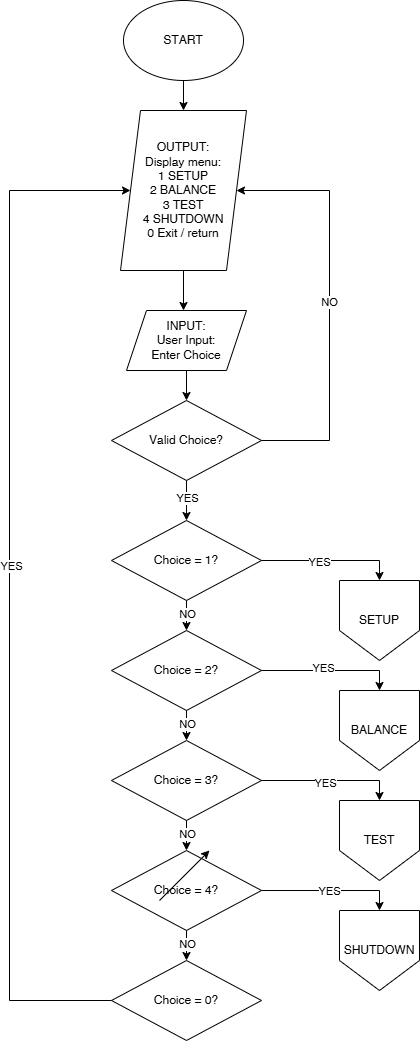
Sparkler21/PN3102_EML_CalibratorV2 keeps this draw.io diagram as EML_Calibrator.drawio.png. Above is the earlier version. Source tidied: cells renumbered, new cells last; positions are measured from the earlier drawing's top-left corner, leaving out a move shared by most shapes. The source it was exported from:
```xml
<mxGraphModel>
  <root>
    <mxCell id="0" />
    <mxCell id="1" parent="0" />
    <mxCell id="2" value="START" style="ellipse;whiteSpace=wrap;html=1;" parent="1" vertex="1">
      <mxGeometry x="114" width="120" height="80" as="geometry" />
    </mxCell>
    <mxCell id="3" value="OUTPUT:&lt;div&gt;Display menu:&lt;br&gt;1 SETUP&lt;br&gt;2 BALANCE&lt;br&gt;3 TEST&lt;br&gt;4 SHUTDOWN&lt;br&gt;0 Exit / return&lt;/div&gt;" style="shape=parallelogram;perimeter=parallelogramPerimeter;whiteSpace=wrap;html=1;fixedSize=1;" parent="1" vertex="1">
      <mxGeometry x="111" y="110" width="126" height="160" as="geometry" />
    </mxCell>
    <mxCell id="4" style="endArrow=classic;html=1;rounded=0;exitX=0.5;exitY=1;exitDx=0;exitDy=0;entryX=0.5;entryY=0;entryDx=0;entryDy=0;" parent="1" edge="1" source="2" target="3">
      <mxGeometry relative="1" as="geometry" />
    </mxCell>
    <mxCell id="5" style="endArrow=classic;html=1;rounded=0;exitX=0.5;exitY=1;exitDx=0;exitDy=0;" parent="1" edge="1" source="3">
      <mxGeometry relative="1" as="geometry">
        <mxPoint x="174" y="310" as="targetPoint" />
      </mxGeometry>
    </mxCell>
    <mxCell id="6" value="INPUT:&lt;div&gt;User Input:&lt;/div&gt;&lt;div&gt;Enter Choice&lt;/div&gt;" style="shape=parallelogram;perimeter=parallelogramPerimeter;whiteSpace=wrap;html=1;fixedSize=1;" parent="1" vertex="1">
      <mxGeometry x="117" y="310" width="120" height="60" as="geometry" />
    </mxCell>
    <mxCell id="7" value="Valid Choice?" style="rhombus;whiteSpace=wrap;html=1;" parent="1" vertex="1">
      <mxGeometry x="102" y="400" width="150" height="80" as="geometry" />
    </mxCell>
    <mxCell id="8" style="endArrow=classic;html=1;rounded=0;entryX=0.5;entryY=0;entryDx=0;entryDy=0;exitX=0.5;exitY=1;exitDx=0;exitDy=0;" parent="1" edge="1" source="6" target="7">
      <mxGeometry relative="1" as="geometry" />
    </mxCell>
    <mxCell id="9" value="NO" style="endArrow=classic;html=1;rounded=0;exitX=1;exitY=0.5;exitDx=0;exitDy=0;entryX=1;entryY=0.5;entryDx=0;entryDy=0;" parent="1" edge="1" source="7" target="3">
      <mxGeometry relative="1" as="geometry">
        <Array as="points">
          <mxPoint x="320" y="440" />
          <mxPoint x="320" y="190" />
        </Array>
      </mxGeometry>
    </mxCell>
    <mxCell id="10" style="endArrow=classic;html=1;rounded=0;exitX=0.5;exitY=1;exitDx=0;exitDy=0;entryX=0.5;entryY=0;entryDx=0;entryDy=0;" parent="1" edge="1" source="7" target="12">
      <mxGeometry relative="1" as="geometry" />
    </mxCell>
    <mxCell id="11" value="YES" style="edgeLabel;html=1;align=center;verticalAlign=middle;" parent="10" vertex="1">
      <mxGeometry x="-0.13" relative="1" as="geometry" />
    </mxCell>
    <mxCell id="12" value="Choice = 1?" style="rhombus;whiteSpace=wrap;html=1;" parent="1" vertex="1">
      <mxGeometry x="102" y="520" width="150" height="80" as="geometry" />
    </mxCell>
    <mxCell id="13" value="Choice = 2?" style="rhombus;whiteSpace=wrap;html=1;" parent="1" vertex="1">
      <mxGeometry x="102" y="630" width="150" height="80" as="geometry" />
    </mxCell>
    <mxCell id="14" value="Choice = 3?" style="rhombus;whiteSpace=wrap;html=1;" parent="1" vertex="1">
      <mxGeometry x="102" y="740" width="150" height="80" as="geometry" />
    </mxCell>
    <mxCell id="15" value="Choice = 4?" style="rhombus;whiteSpace=wrap;html=1;" parent="1" vertex="1">
      <mxGeometry x="102" y="850" width="150" height="80" as="geometry" />
    </mxCell>
    <mxCell id="16" value="Choice = 0?" style="rhombus;whiteSpace=wrap;html=1;" parent="1" vertex="1">
      <mxGeometry x="102" y="960" width="150" height="80" as="geometry" />
    </mxCell>
    <mxCell id="17" style="endArrow=classic;html=1;rounded=0;exitX=0.5;exitY=1;exitDx=0;exitDy=0;entryX=0.5;entryY=0;entryDx=0;entryDy=0;" parent="1" edge="1" source="12" target="13">
      <mxGeometry relative="1" as="geometry" />
    </mxCell>
    <mxCell id="18" value="NO" style="edgeLabel;html=1;align=center;verticalAlign=middle;" parent="17" vertex="1">
      <mxGeometry x="-0.13" relative="1" as="geometry" />
    </mxCell>
    <mxCell id="19" style="endArrow=classic;html=1;rounded=0;exitX=0.5;exitY=1;exitDx=0;exitDy=0;entryX=0.5;entryY=0;entryDx=0;entryDy=0;" parent="1" edge="1" source="13" target="14">
      <mxGeometry relative="1" as="geometry" />
    </mxCell>
    <mxCell id="20" value="NO" style="edgeLabel;html=1;align=center;verticalAlign=middle;" parent="19" vertex="1">
      <mxGeometry x="-0.13" relative="1" as="geometry" />
    </mxCell>
    <mxCell id="21" style="endArrow=classic;html=1;rounded=0;exitX=0.5;exitY=1;exitDx=0;exitDy=0;entryX=0.5;entryY=0;entryDx=0;entryDy=0;" parent="1" edge="1" source="14" target="15">
      <mxGeometry relative="1" as="geometry" />
    </mxCell>
    <mxCell id="22" value="NO" style="edgeLabel;html=1;align=center;verticalAlign=middle;" parent="21" vertex="1">
      <mxGeometry x="-0.13" relative="1" as="geometry" />
    </mxCell>
    <mxCell id="23" style="endArrow=classic;html=1;rounded=0;exitX=0.5;exitY=1;exitDx=0;exitDy=0;entryX=0.5;entryY=0;entryDx=0;entryDy=0;" parent="1" edge="1" source="15" target="16">
      <mxGeometry relative="1" as="geometry" />
    </mxCell>
    <mxCell id="24" value="NO" style="edgeLabel;html=1;align=center;verticalAlign=middle;" parent="23" vertex="1">
      <mxGeometry x="-0.13" relative="1" as="geometry" />
    </mxCell>
    <mxCell id="25" style="endArrow=classic;html=1;rounded=0;exitX=0;exitY=0.5;exitDx=0;exitDy=0;entryX=0;entryY=0.5;entryDx=0;entryDy=0;" parent="1" edge="1" source="16" target="3">
      <mxGeometry relative="1" as="geometry">
        <Array as="points">
          <mxPoint y="1000" />
          <mxPoint y="190" />
        </Array>
      </mxGeometry>
    </mxCell>
    <mxCell id="26" value="YES" style="edgeLabel;html=1;align=center;verticalAlign=middle;" parent="25" vertex="1">
      <mxGeometry x="0.04" y="-1" relative="1" as="geometry" />
    </mxCell>
    <mxCell id="27" value="SHUTDOWN" style="shape=offPageConnector;whiteSpace=wrap;html=1;" parent="1" vertex="1">
      <mxGeometry x="330" y="910" width="80" height="80" as="geometry" />
    </mxCell>
    <mxCell id="28" value="TEST" style="shape=offPageConnector;whiteSpace=wrap;html=1;" parent="1" vertex="1">
      <mxGeometry x="330" y="800" width="80" height="80" as="geometry" />
    </mxCell>
    <mxCell id="29" value="BALANCE" style="shape=offPageConnector;whiteSpace=wrap;html=1;" parent="1" vertex="1">
      <mxGeometry x="330" y="690" width="80" height="80" as="geometry" />
    </mxCell>
    <mxCell id="30" value="SETUP" style="shape=offPageConnector;whiteSpace=wrap;html=1;" parent="1" vertex="1">
      <mxGeometry x="330" y="580" width="80" height="80" as="geometry" />
    </mxCell>
    <mxCell id="31" style="endArrow=classic;html=1;rounded=0;" parent="1" edge="1">
      <mxGeometry relative="1" as="geometry">
        <mxPoint x="150" y="900" as="sourcePoint" />
        <mxPoint x="200" y="850" as="targetPoint" />
      </mxGeometry>
    </mxCell>
    <mxCell id="32" style="endArrow=classic;html=1;rounded=0;exitX=1;exitY=0.5;exitDx=0;exitDy=0;entryX=0.5;entryY=0;entryDx=0;entryDy=0;" parent="1" edge="1" source="12" target="30">
      <mxGeometry relative="1" as="geometry">
        <Array as="points">
          <mxPoint x="370" y="560" />
        </Array>
      </mxGeometry>
    </mxCell>
    <mxCell id="33" value="YES" style="edgeLabel;html=1;align=center;verticalAlign=middle;" parent="32" vertex="1">
      <mxGeometry x="-0.17" y="-1" relative="1" as="geometry" />
    </mxCell>
    <mxCell id="34" style="endArrow=classic;html=1;rounded=0;exitX=1;exitY=0.5;exitDx=0;exitDy=0;entryX=0.5;entryY=0;entryDx=0;entryDy=0;" parent="1" edge="1" source="13" target="29">
      <mxGeometry relative="1" as="geometry">
        <Array as="points">
          <mxPoint x="370" y="670" />
        </Array>
      </mxGeometry>
    </mxCell>
    <mxCell id="35" value="YES" style="edgeLabel;html=1;align=center;verticalAlign=middle;" parent="34" vertex="1">
      <mxGeometry x="-0.12" y="3" relative="1" as="geometry" />
    </mxCell>
    <mxCell id="36" style="endArrow=classic;html=1;rounded=0;exitX=1;exitY=0.5;exitDx=0;exitDy=0;entryX=0.5;entryY=0;entryDx=0;entryDy=0;" parent="1" edge="1" source="14" target="28">
      <mxGeometry relative="1" as="geometry">
        <Array as="points">
          <mxPoint x="370" y="780" />
        </Array>
      </mxGeometry>
    </mxCell>
    <mxCell id="37" value="YES" style="edgeLabel;html=1;align=center;verticalAlign=middle;" parent="36" vertex="1">
      <mxGeometry x="-0.09" y="-2" relative="1" as="geometry" />
    </mxCell>
    <mxCell id="38" style="endArrow=classic;html=1;rounded=0;exitX=1;exitY=0.5;exitDx=0;exitDy=0;entryX=0.5;entryY=0;entryDx=0;entryDy=0;" parent="1" edge="1" source="15" target="27">
      <mxGeometry relative="1" as="geometry">
        <Array as="points">
          <mxPoint x="370" y="890" />
        </Array>
      </mxGeometry>
    </mxCell>
    <mxCell id="39" value="YES" style="edgeLabel;html=1;align=center;verticalAlign=middle;" parent="38" vertex="1">
      <mxGeometry x="-0.03" relative="1" as="geometry" />
    </mxCell>
  </root>
</mxGraphModel>
```
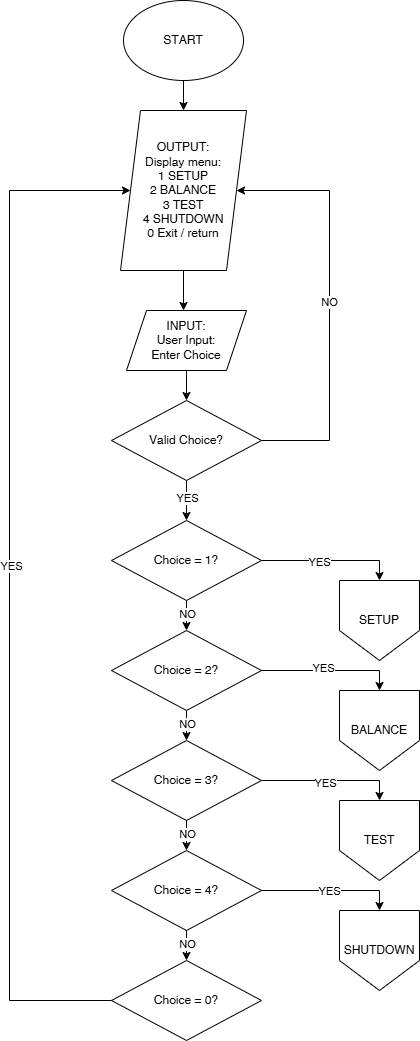
After the commit.

Change to the diagram source:
```diff
@@ -101,12 +101,6 @@
     <mxCell id="30" value="SETUP" style="shape=offPageConnector;whiteSpace=wrap;html=1;" parent="1" vertex="1">
       <mxGeometry x="330" y="580" width="80" height="80" as="geometry" />
     </mxCell>
-    <mxCell id="31" style="endArrow=classic;html=1;rounded=0;" parent="1" edge="1">
-      <mxGeometry relative="1" as="geometry">
-        <mxPoint x="150" y="900" as="sourcePoint" />
-        <mxPoint x="200" y="850" as="targetPoint" />
-      </mxGeometry>
-    </mxCell>
     <mxCell id="32" style="endArrow=classic;html=1;rounded=0;exitX=1;exitY=0.5;exitDx=0;exitDy=0;entryX=0.5;entryY=0;entryDx=0;entryDy=0;" parent="1" edge="1" source="12" target="30">
       <mxGeometry relative="1" as="geometry">
         <Array as="points">
```
